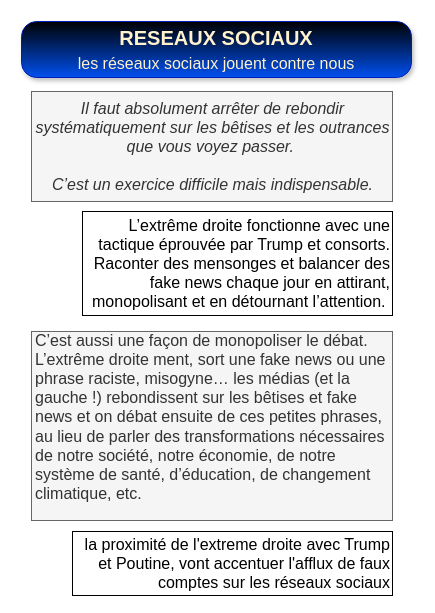
bernard44600/cedbn keeps this draw.io diagram as drawio/LeursMethodes.drawio. Above is the earlier version. Source tidied: cells renumbered, new cells numbered last; positions are measured from the earlier drawing's top-left corner, leaving out a move shared by most shapes. Both pictures are drawn from the tidied source at 100%, with x=0, y=0 at pixel (21, 21).
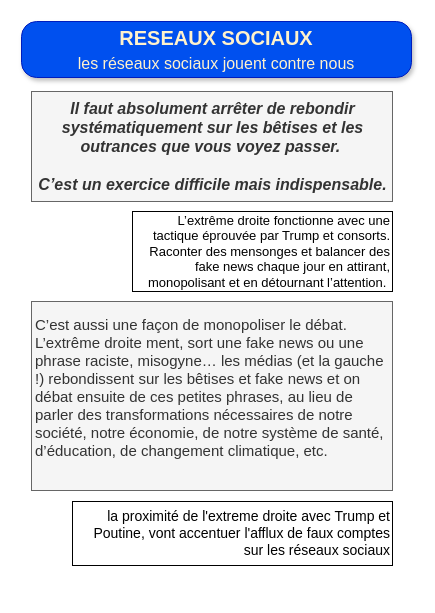
Above is the later version.

Commit message (it also covers changes not shown here):
mise à jour

What changed in the source:
```diff
@@
 <mxGraphModel>
   <root>
     <mxCell id="0" />
     <mxCell id="1" parent="0" />
-    <mxCell id="2" value="&lt;font style=&quot;&quot;&gt;RESEAUX SOCIAUX&lt;br&gt;&lt;/font&gt;&lt;font style=&quot;font-size: 16px; font-weight: normal;&quot;&gt;les réseaux sociaux jouent contre nous&lt;/font&gt;" style="rounded=1;whiteSpace=wrap;html=1;fontSize=20;fillColor=#0050ef;strokeColor=#001DBC;fontColor=#FFF2CC;gradientColor=default;gradientDirection=north;roundedPerimeter=1;shadow=1;glass=0;multiple=0;fontFamily=Helvetica;labelBackgroundColor=none;arcSize=27;fontStyle=1;" parent="1" vertex="1">
+    <mxCell id="2" value="&lt;font style=&quot;&quot;&gt;RESEAUX SOCIAUX&lt;br&gt;&lt;/font&gt;&lt;font style=&quot;font-size: 16px; font-weight: normal;&quot;&gt;les réseaux sociaux jouent contre nous&lt;/font&gt;" style="rounded=1;whiteSpace=wrap;html=1;fontSize=20;fillColor=#0050ef;strokeColor=#001DBC;fontColor=#FFF2CC;gradientColor=none;gradientDirection=north;roundedPerimeter=1;shadow=1;glass=0;multiple=0;fontFamily=Helvetica;labelBackgroundColor=none;arcSize=27;fontStyle=1;" parent="1" vertex="1">
       <mxGeometry width="390" height="56" as="geometry" />
     </mxCell>
-    <mxCell id="3" value="&lt;div&gt;Il faut absolument arrêter de rebondir systématiquement sur les bêtises et les outrances que vous voyez passer.&amp;nbsp;&lt;/div&gt;&lt;div&gt;&lt;br&gt;&lt;/div&gt;&lt;div&gt;C’est un exercice difficile mais indispensable.&lt;/div&gt;" style="rounded=0;whiteSpace=wrap;html=1;fontFamily=Helvetica;fontSize=16;align=center;fillColor=#f5f5f5;fontColor=#333333;strokeColor=#666666;spacingLeft=2;fontStyle=2;" parent="1" vertex="1">
+    <mxCell id="3" value="&lt;div&gt;Il faut absolument arrêter de rebondir systématiquement sur les bêtises et les outrances que vous voyez passer.&amp;nbsp;&lt;/div&gt;&lt;div&gt;&lt;br&gt;&lt;/div&gt;&lt;div&gt;C’est un exercice difficile mais indispensable.&lt;/div&gt;" style="rounded=0;whiteSpace=wrap;html=1;fontFamily=Helvetica;fontSize=16;align=center;fillColor=#f5f5f5;fontColor=#333333;strokeColor=#666666;spacingLeft=2;fontStyle=3;" parent="1" vertex="1">
       <mxGeometry x="10" y="70" width="361" height="110" as="geometry" />
     </mxCell>
-    <mxCell id="4" value="L’extrême droite fonctionne avec une tactique éprouvée par Trump et consorts. Raconter des mensonges et balancer des fake news chaque jour en attirant, monopolisant et en détournant l’attention.&amp;nbsp;" style="rounded=0;whiteSpace=wrap;html=1;fontFamily=Helvetica;fontSize=16;align=right;spacingLeft=2;" parent="1" vertex="1">
-      <mxGeometry x="61" y="190" width="310" height="104" as="geometry" />
+    <mxCell id="4" value="L’extrême droite fonctionne avec une tactique éprouvée par Trump et consorts. Raconter des mensonges et balancer des fake news chaque jour en attirant, monopolisant et en détournant l’attention.&amp;nbsp;" style="rounded=0;whiteSpace=wrap;html=1;fontFamily=Helvetica;fontSize=13;align=right;spacingLeft=2;" parent="1" vertex="1">
+      <mxGeometry x="111" y="190" width="260" height="80" as="geometry" />
     </mxCell>
-    <mxCell id="5" value="&lt;div&gt;C’est aussi une façon de monopoliser le débat. L’extrême droite ment, sort une fake news ou une phrase raciste, misogyne… les médias (et la gauche !) rebondissent sur les bêtises et fake news et on débat ensuite de ces petites phrases, au lieu de parler des transformations nécessaires de notre société, notre économie, de notre système de santé, d’éducation, de changement climatique, etc.&lt;/div&gt;&lt;div&gt;&lt;br&gt;&lt;/div&gt;" style="rounded=0;whiteSpace=wrap;html=1;fontFamily=Helvetica;fontSize=16;align=left;fillColor=#f5f5f5;fontColor=#333333;strokeColor=#666666;spacingLeft=2;" parent="1" vertex="1">
-      <mxGeometry x="10" y="310" width="361" height="189" as="geometry" />
+    <mxCell id="5" value="&lt;div&gt;C’est aussi une façon de monopoliser le débat. L’extrême droite ment, sort une fake news ou une phrase raciste, misogyne… les médias (et la gauche !) rebondissent sur les bêtises et fake news et on débat ensuite de ces petites phrases, au lieu de parler des transformations nécessaires de notre société, notre économie, de notre système de santé, d’éducation, de changement climatique, etc.&lt;/div&gt;&lt;div&gt;&lt;br&gt;&lt;/div&gt;" style="rounded=0;whiteSpace=wrap;html=1;fontFamily=Helvetica;fontSize=15;align=left;fillColor=#f5f5f5;fontColor=#333333;strokeColor=#666666;spacingLeft=2;" parent="1" vertex="1">
+      <mxGeometry x="10" y="280" width="361" height="189" as="geometry" />
     </mxCell>
-    <mxCell id="6" value="la proximité de l'extreme droite avec Trump et Poutine, vont accentuer l'afflux de faux comptes sur les réseaux sociaux" style="rounded=0;whiteSpace=wrap;html=1;fontFamily=Helvetica;fontSize=16;align=right;spacingLeft=2;" parent="1" vertex="1">
-      <mxGeometry x="51" y="510" width="320" height="64" as="geometry" />
+    <mxCell id="6" value="la proximité de l'extreme droite avec Trump et Poutine, vont accentuer l'afflux de faux comptes sur les réseaux sociaux" style="rounded=0;whiteSpace=wrap;html=1;fontFamily=Helvetica;fontSize=14;align=right;spacingLeft=2;" parent="1" vertex="1">
+      <mxGeometry x="51" y="480" width="320" height="64" as="geometry" />
     </mxCell>
   </root>
 </mxGraphModel>
```
